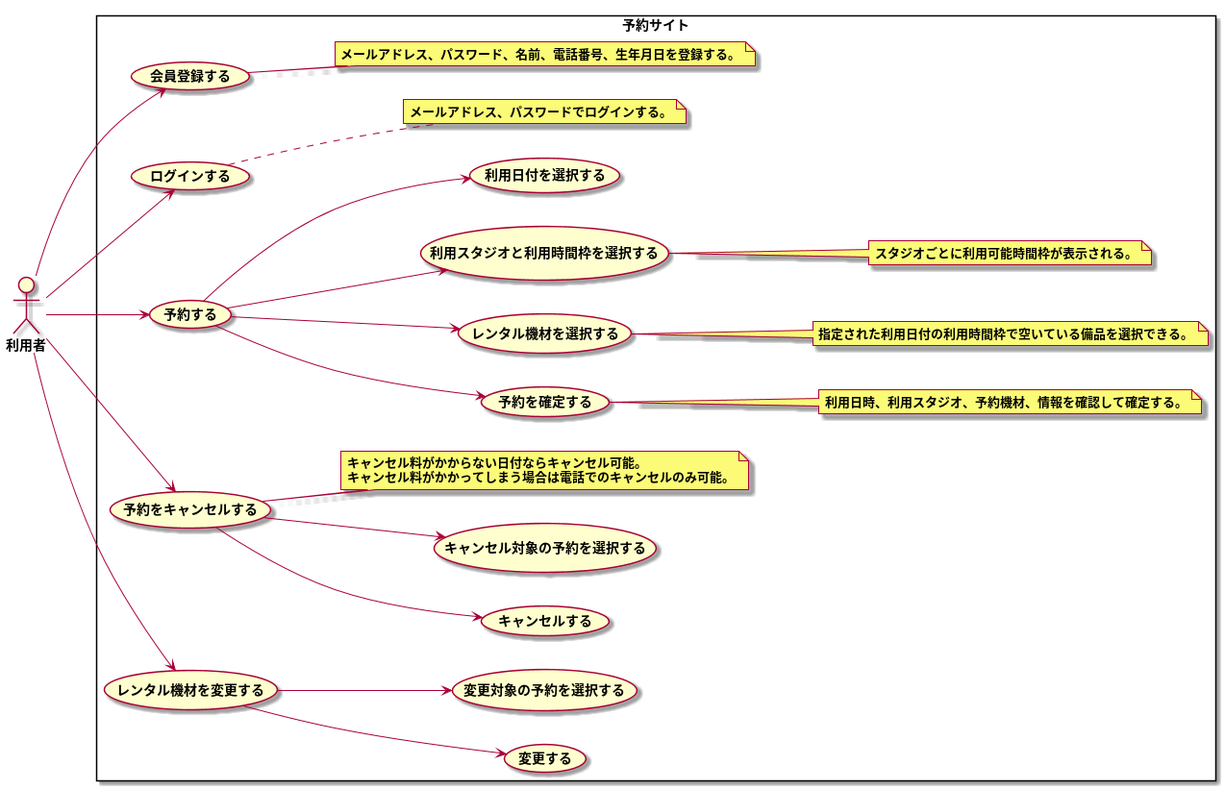
Above: modeling/05_Usecase_Web予約/Usecase.png in TakashiOnawa/ddd-practice-studio-reservation (PlantUML), before the change.
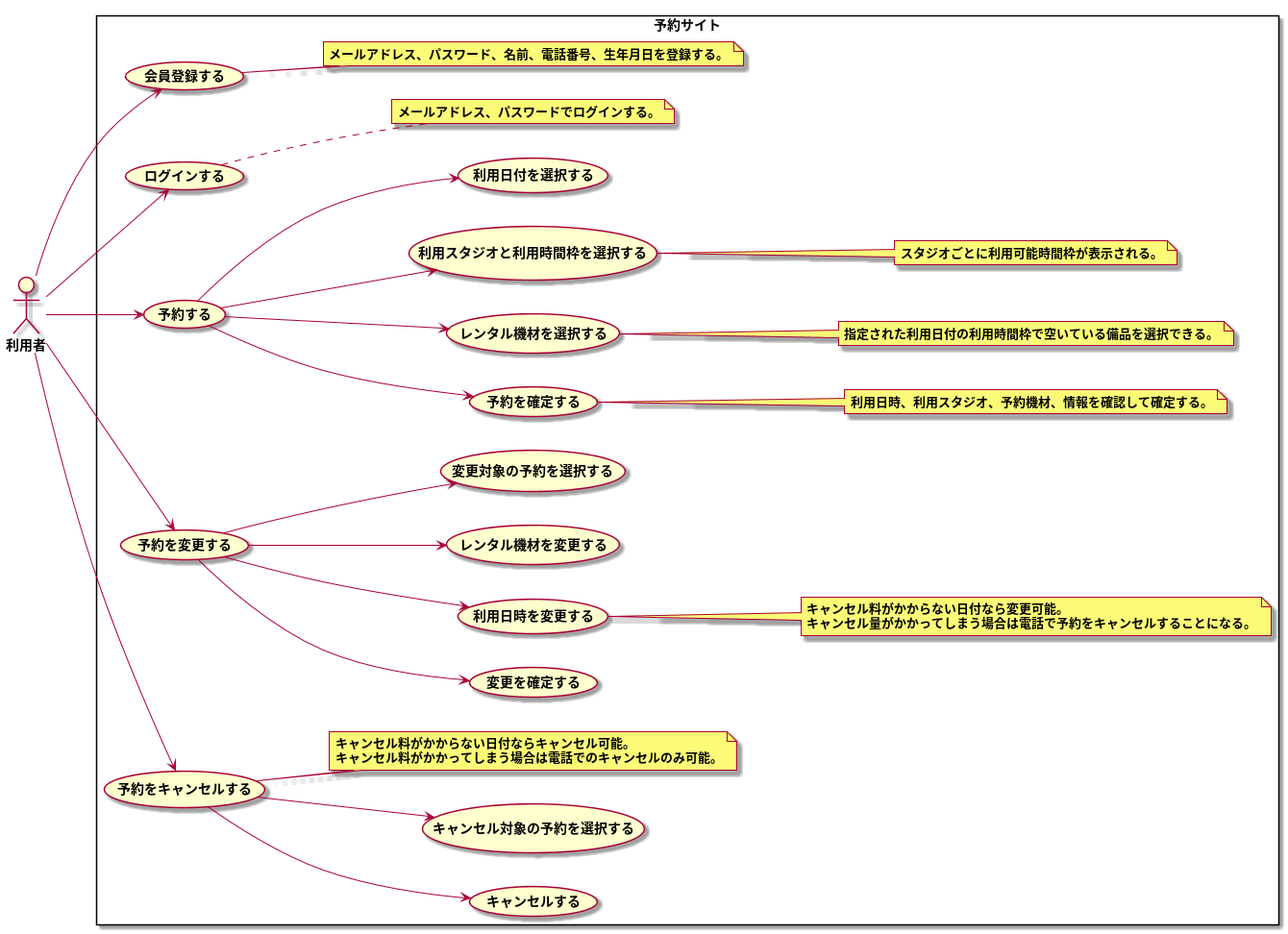
Above is the later version.

Commit message:
ユースケース修正。

The edit, as a diff of the source:
```diff
@@ -34,6 +34,17 @@
     利用日時、利用スタジオ、予約機材、情報を確認して確定する。
     end note
 
+    利用者 --> (予約を変更する)
+    (予約を変更する) --> (変更を確定する)
+    (予約を変更する) --> (利用日時を変更する)
+    (予約を変更する) --> (レンタル機材を変更する)
+    (予約を変更する) --> (変更対象の予約を選択する)
+
+    note right of (利用日時を変更する)
+    キャンセル料がかからない日付なら変更可能。
+    キャンセル量がかかってしまう場合は電話で予約をキャンセルすることになる。
+    end note
+
     利用者 --> (予約をキャンセルする)
     (予約をキャンセルする) --> (キャンセルする)
     (予約をキャンセルする) --> (キャンセル対象の予約を選択する)
@@ -42,10 +53,6 @@
     キャンセル料がかからない日付ならキャンセル可能。
     キャンセル料がかかってしまう場合は電話でのキャンセルのみ可能。
     end note
-
-    利用者 --> (レンタル機材を変更する)
-    (レンタル機材を変更する) --> (変更する)
-    (レンタル機材を変更する) --> (変更対象の予約を選択する)
 }
 
 @enduml
```
